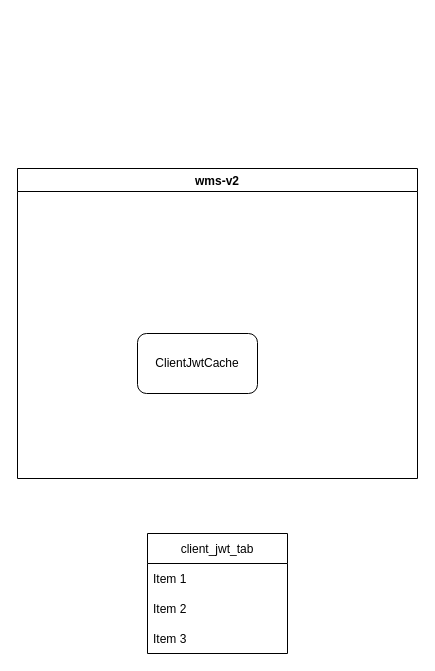
Earlier version of the draw.io diagram jwt-old-desc.drawio (yindongjun/drawio-2). Source tidied: cells renumbered, new cells numbered last; positions are measured from the earlier drawing's top-left corner, leaving out a move shared by most shapes. Both pictures are drawn from the tidied source at 100%, with x=0, y=0 at pixel (17, 168).
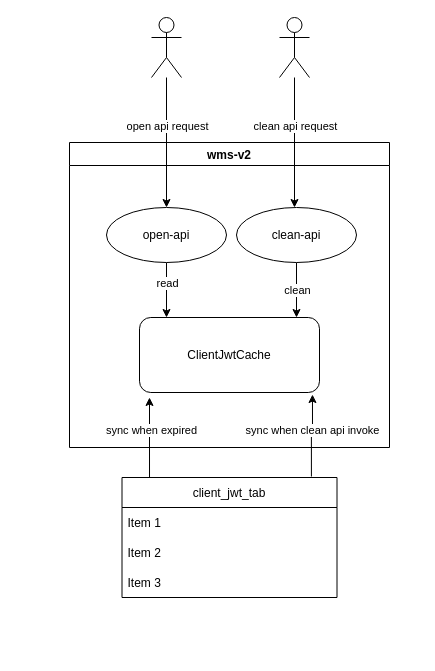
The same page after the edit.

The edit, as a diff of the source:
```diff
@@
     <mxCell id="2" value="wms-v2" style="swimlane;startSize=23;" parent="1" vertex="1">
-      <mxGeometry width="400" height="310" as="geometry" />
+      <mxGeometry x="52" y="-26" width="320" height="305" as="geometry" />
     </mxCell>
     <mxCell id="3" value="ClientJwtCache" style="rounded=1;whiteSpace=wrap;html=1;" parent="2" vertex="1">
-      <mxGeometry x="120" y="165" width="120" height="60" as="geometry" />
+      <mxGeometry x="70" y="175" width="180" height="75" as="geometry" />
     </mxCell>
+    <mxCell id="8" style="edgeStyle=orthogonalEdgeStyle;rounded=0;jettySize=auto;html=1;entryX=0.25;entryY=0;entryDx=0;entryDy=0;" parent="2" edge="1" source="10">
+      <mxGeometry relative="1" as="geometry">
+        <mxPoint x="97" y="175" as="targetPoint" />
+      </mxGeometry>
+    </mxCell>
+    <mxCell id="9" value="read" style="edgeLabel;html=1;align=center;verticalAlign=middle;" parent="8" vertex="1">
+      <mxGeometry x="-0.28" relative="1" as="geometry" />
+    </mxCell>
+    <mxCell id="10" value="open-api" style="ellipse;whiteSpace=wrap;html=1;" parent="2" vertex="1">
+      <mxGeometry x="37" y="65" width="120" height="55" as="geometry" />
+    </mxCell>
+    <mxCell id="11" value="clean" style="edgeStyle=orthogonalEdgeStyle;rounded=0;jettySize=auto;html=1;" parent="2" edge="1" source="12">
+      <mxGeometry relative="1" as="geometry">
+        <mxPoint x="227" y="175" as="targetPoint" />
+      </mxGeometry>
+    </mxCell>
+    <mxCell id="12" value="clean-api" style="ellipse;whiteSpace=wrap;html=1;" parent="2" vertex="1">
+      <mxGeometry x="167" y="65" width="120" height="55" as="geometry" />
+    </mxCell>
+    <mxCell id="13" style="edgeStyle=orthogonalEdgeStyle;rounded=0;jettySize=auto;html=1;exitX=0.128;exitY=0.008;exitDx=0;exitDy=0;exitPerimeter=0;" parent="1" edge="1" source="4">
+      <mxGeometry relative="1" as="geometry">
+        <mxPoint x="132" y="229" as="targetPoint" />
+      </mxGeometry>
+    </mxCell>
+    <mxCell id="14" value="sync when expired" style="edgeLabel;html=1;align=center;verticalAlign=middle;" parent="13" vertex="1">
+      <mxGeometry x="0.2" y="-1" relative="1" as="geometry" />
+    </mxCell>
+    <mxCell id="15" style="edgeStyle=orthogonalEdgeStyle;rounded=0;jettySize=auto;html=1;exitX=0.881;exitY=-0.008;exitDx=0;exitDy=0;entryX=0.961;entryY=1.027;entryDx=0;entryDy=0;entryPerimeter=0;exitPerimeter=0;" parent="1" edge="1" source="4" target="3">
+      <mxGeometry relative="1" as="geometry" />
+    </mxCell>
+    <mxCell id="16" value="sync when clean api invoke" style="edgeLabel;html=1;align=center;verticalAlign=middle;" parent="15" vertex="1">
+      <mxGeometry x="0.15" relative="1" as="geometry" />
+    </mxCell>
     <mxCell id="4" value="client_jwt_tab" style="swimlane;fontStyle=0;horizontal=1;startSize=30;" parent="1" vertex="1">
-      <mxGeometry x="130" y="365" width="140" height="120" as="geometry" />
+      <mxGeometry x="104.5" y="309" width="215" height="120" as="geometry" />
     </mxCell>
     <mxCell id="5" value="Item 1" style="text;strokeColor=none;fillColor=none;align=left;verticalAlign=middle;spacingLeft=4;spacingRight=4;overflow=hidden;" parent="4" vertex="1">
-      <mxGeometry y="30" width="140" height="30" as="geometry" />
+      <mxGeometry y="30" width="215" height="30" as="geometry" />
     </mxCell>
     <mxCell id="6" value="Item 2" style="text;strokeColor=none;fillColor=none;align=left;verticalAlign=middle;spacingLeft=4;spacingRight=4;overflow=hidden;" parent="4" vertex="1">
-      <mxGeometry y="60" width="140" height="30" as="geometry" />
+      <mxGeometry y="60" width="215" height="30" as="geometry" />
     </mxCell>
     <mxCell id="7" value="Item 3" style="text;strokeColor=none;fillColor=none;align=left;verticalAlign=middle;spacingLeft=4;spacingRight=4;overflow=hidden;" parent="4" vertex="1">
-      <mxGeometry y="90" width="140" height="30" as="geometry" />
+      <mxGeometry y="90" width="215" height="30" as="geometry" />
     </mxCell>
+    <mxCell id="17" style="edgeStyle=orthogonalEdgeStyle;rounded=0;jettySize=auto;html=1;" parent="1" edge="1" source="19" target="10">
+      <mxGeometry relative="1" as="geometry" />
+    </mxCell>
+    <mxCell id="18" value="open api request" style="edgeLabel;html=1;align=center;verticalAlign=middle;" parent="17" vertex="1">
+      <mxGeometry x="-0.26" relative="1" as="geometry" />
+    </mxCell>
+    <mxCell id="19" style="shape=umlActor;verticalLabelPosition=bottom;verticalAlign=top;html=1;outlineConnect=0;" parent="1" vertex="1">
+      <mxGeometry x="134" y="-151" width="30" height="60" as="geometry" />
+    </mxCell>
+    <mxCell id="20" style="edgeStyle=orthogonalEdgeStyle;rounded=0;jettySize=auto;html=1;" parent="1" edge="1" source="22">
+      <mxGeometry relative="1" as="geometry">
+        <mxPoint x="277" y="39" as="targetPoint" />
+      </mxGeometry>
+    </mxCell>
+    <mxCell id="21" value="clean api request" style="edgeLabel;html=1;align=center;verticalAlign=middle;" parent="20" vertex="1">
+      <mxGeometry x="-0.26" relative="1" as="geometry" />
+    </mxCell>
+    <mxCell id="22" style="shape=umlActor;verticalLabelPosition=bottom;verticalAlign=top;html=1;outlineConnect=0;" parent="1" vertex="1">
+      <mxGeometry x="262" y="-151" width="30" height="60" as="geometry" />
+    </mxCell>
```
